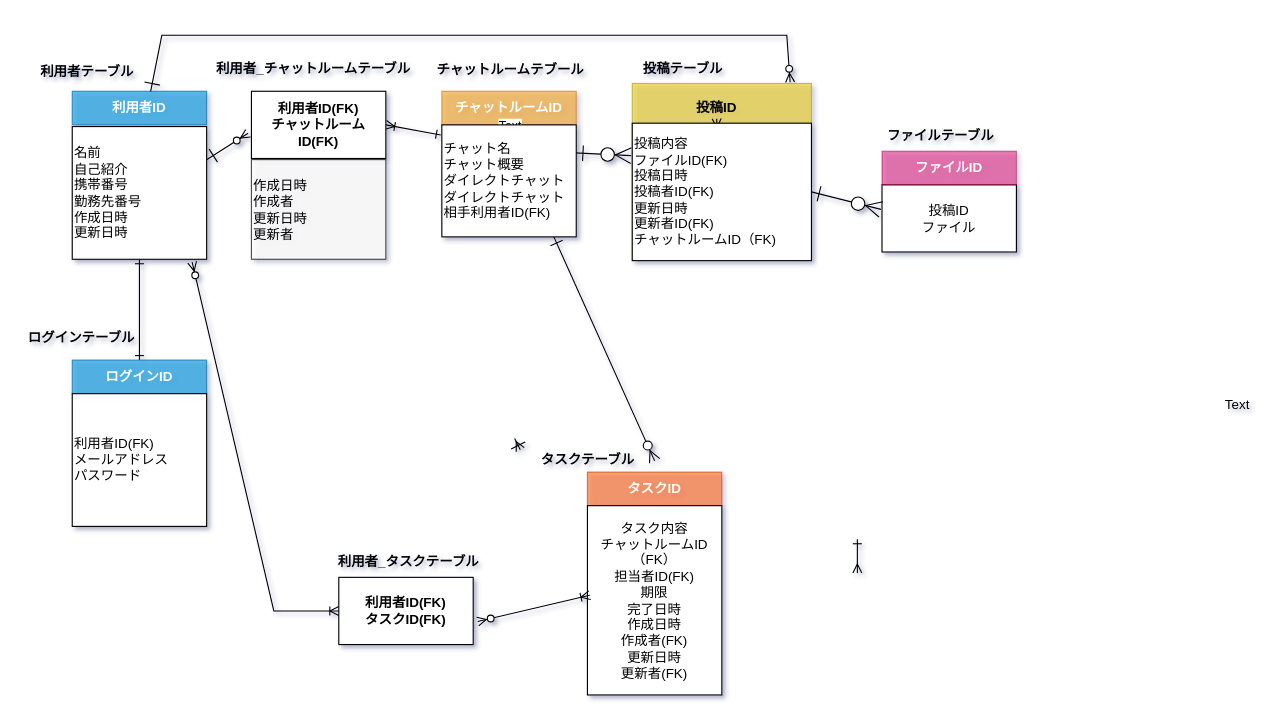
Before: db/db-challenge1/db-challenge1.drawio in Yuina1012/quelcode-db, a draw.io diagram. Source tidied: cells renumbered, new cells numbered last; positions are measured from the earlier drawing's top-left corner, leaving out a move shared by most shapes. Both pictures are drawn from the tidied source at 112%, with x=0, y=0 at pixel (19, 35).
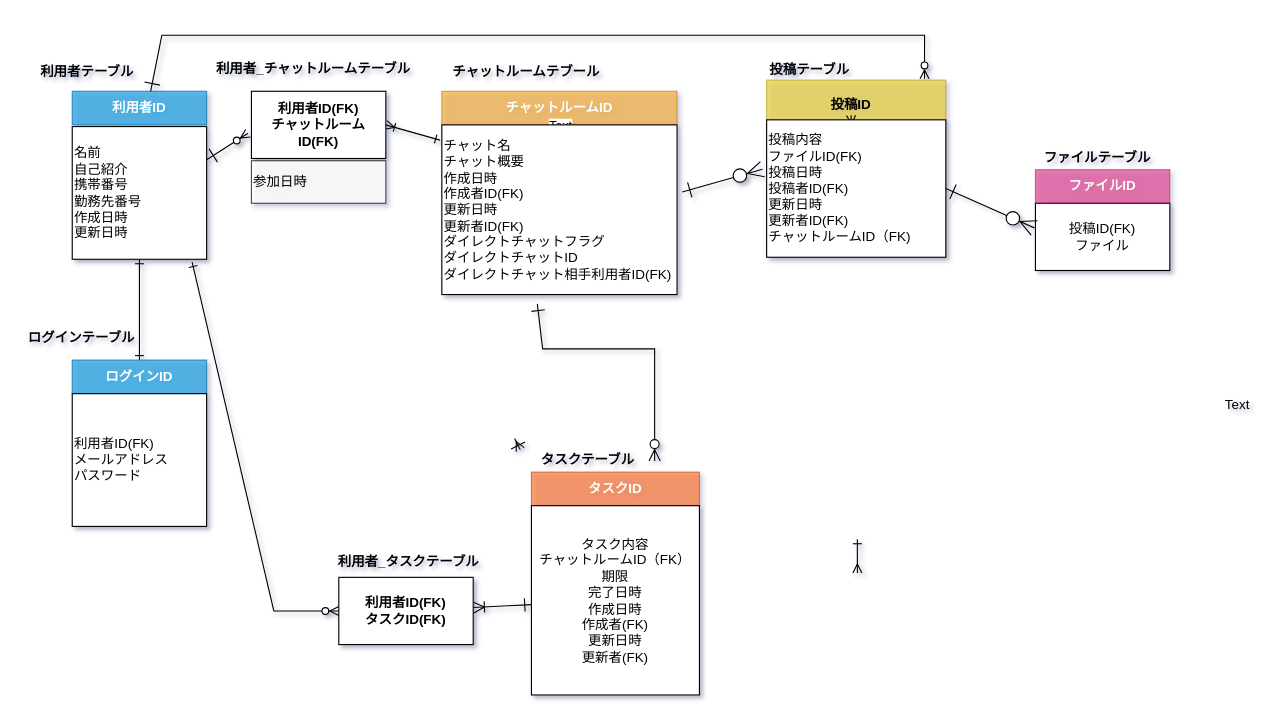
Above is the later version.

Commit message:
フラグ追加、アトリビュート編集

Unchanged cells that the change refers to:
```xml
<mxCell id="5" value="名前&lt;br&gt;自己紹介&lt;br&gt;携帯番号&lt;br&gt;勤務先番号&lt;br&gt;作成日時&lt;br&gt;更新日時" style="rounded=0;whiteSpace=wrap;html=1;align=left;" parent="1" vertex="1">
  <mxGeometry x="47" y="81.5" width="120" height="118.5" as="geometry" />
</mxCell>
<mxCell id="21" value="投稿内容&lt;br&gt;ファイルID(FK)&lt;br&gt;投稿日時&lt;br&gt;投稿者ID(FK)&lt;br&gt;更新日時&lt;br&gt;更新者ID(FK)&lt;br&gt;チャットルームID（FK)" style="rounded=0;whiteSpace=wrap;html=1;align=left;" parent="18" vertex="1">
  <mxGeometry y="35.5" width="160" height="122.7" as="geometry" />
</mxCell>
<mxCell id="34" value="&lt;b&gt;利用者ID(FK)&lt;br&gt;タスクID(FK)&lt;br&gt;&lt;/b&gt;" style="rounded=0;whiteSpace=wrap;html=1;" parent="1" vertex="1">
  <mxGeometry x="285" y="484" width="120" height="60" as="geometry" />
</mxCell>
```

The edit, as a diff of the source:
```diff
@@
     <mxCell id="10" value="&lt;b&gt;チャットルームID&lt;/b&gt;" style="rounded=0;whiteSpace=wrap;html=1;fillColor=#f0a30a;strokeColor=#BD7000;fontColor=#ffffff;opacity=60;" parent="1" vertex="1">
-      <mxGeometry x="377" y="50" width="120" height="30" as="geometry" />
+      <mxGeometry x="377" y="50" width="210" height="30" as="geometry" />
     </mxCell>
@@
-    <mxCell id="13" style="edgeStyle=none;rounded=0;orthogonalLoop=1;jettySize=auto;html=1;exitX=1;exitY=0.25;exitDx=0;exitDy=0;startArrow=ERone;startFill=0;endArrow=ERzeroToMany;endFill=1;strokeWidth=1;endSize=12;startSize=12;" parent="1" edge="1">
-      <mxGeometry relative="1" as="geometry">
-        <mxPoint x="496" y="105" as="sourcePoint" />
-        <mxPoint x="546" y="107.5" as="targetPoint" />
-      </mxGeometry>
+    <mxCell id="13" style="edgeStyle=none;rounded=0;jettySize=auto;html=1;exitX=1.022;exitY=0.396;exitDx=0;exitDy=0;startArrow=ERone;startFill=0;endArrow=ERzeroToMany;endFill=1;strokeWidth=1;endSize=12;startSize=12;entryX=-0.023;entryY=0.359;entryDx=0;entryDy=0;entryPerimeter=0;exitPerimeter=0;" parent="1" edge="1" source="14" target="21">
+      <mxGeometry relative="1" as="geometry" />
     </mxCell>
-    <mxCell id="14" value="チャット名&lt;br&gt;&lt;div&gt;チャット概要&lt;/div&gt;&lt;div&gt;ダイレクトチャット&lt;/div&gt;&lt;div&gt;ダイレクトチャット相手利用者ID(FK)&lt;/div&gt;" style="rounded=0;whiteSpace=wrap;html=1;align=left;" parent="1" vertex="1">
-      <mxGeometry x="377" y="80" width="120" height="100" as="geometry" />
+    <mxCell id="14" value="チャット名&lt;br&gt;&lt;div&gt;チャット概要&lt;/div&gt;&lt;div&gt;作成日時&lt;br&gt;作成者ID(FK)&lt;br&gt;更新日時&lt;br&gt;更新者ID(FK)&lt;br&gt;&lt;/div&gt;&lt;div&gt;ダイレクトチャットフラグ&lt;/div&gt;&lt;div&gt;ダイレクトチャットID&lt;/div&gt;&lt;div&gt;ダイレクトチャット相手利用者ID(FK)&lt;/div&gt;" style="rounded=0;whiteSpace=wrap;html=1;align=left;" parent="1" vertex="1">
+      <mxGeometry x="377" y="80" width="210" height="151.5" as="geometry" />
     </mxCell>
-    <mxCell id="15" value="投稿ID&lt;br&gt;ファイル" style="rounded=0;whiteSpace=wrap;html=1;" parent="1" vertex="1">
-      <mxGeometry x="770" y="133.5" width="120" height="60" as="geometry" />
+    <mxCell id="15" value="投稿ID(FK)&lt;br&gt;ファイル" style="rounded=0;whiteSpace=wrap;html=1;" parent="1" vertex="1">
+      <mxGeometry x="907" y="150" width="120" height="60" as="geometry" />
     </mxCell>
     <mxCell id="16" value="&lt;b&gt;ファイルID&lt;/b&gt;" style="rounded=0;whiteSpace=wrap;html=1;fillColor=#d80073;strokeColor=#A50040;fontColor=#ffffff;opacity=50;" parent="1" vertex="1">
-      <mxGeometry x="770" y="103.5" width="120" height="30" as="geometry" />
+      <mxGeometry x="907" y="120" width="120" height="30" as="geometry" />
     </mxCell>
@@
     <mxCell id="18" style="rounded=0;whiteSpace=wrap;html=1;fillColor=#e3c800;strokeColor=#B09500;fontColor=#ffffff;opacity=60;" parent="1" vertex="1">
-      <mxGeometry x="547" y="43" width="160" height="157" as="geometry" />
+      <mxGeometry x="667" y="40" width="160" height="157" as="geometry" />
     </mxCell>
@@
     <mxCell id="27" value="タスクID" style="rounded=0;whiteSpace=wrap;html=1;fontStyle=1;fillColor=#fa6800;strokeColor=#C73500;fontColor=#ffffff;opacity=60;" parent="1" vertex="1">
-      <mxGeometry x="507" y="390" width="120" height="30" as="geometry" />
+      <mxGeometry x="457" y="390" width="150" height="30" as="geometry" />
     </mxCell>
-    <mxCell id="28" style="edgeStyle=none;rounded=0;jettySize=auto;html=1;startArrow=ERoneToMany;startFill=0;endArrow=ERzeroToMany;endFill=1;strokeWidth=1;entryX=0.892;entryY=1.022;entryDx=0;entryDy=0;entryPerimeter=0;" parent="1" edge="1" source="34" target="5">
+    <mxCell id="28" style="edgeStyle=none;rounded=0;jettySize=auto;html=1;startArrow=ERzeroToMany;startFill=1;endArrow=ERone;endFill=0;strokeWidth=1;entryX=0.892;entryY=1.022;entryDx=0;entryDy=0;entryPerimeter=0;" parent="1" edge="1" source="34" target="5">
       <mxGeometry relative="1" as="geometry">
         <Array as="points">
           <mxPoint x="227" y="514" />
         </Array>
       </mxGeometry>
     </mxCell>
+    <mxCell id="35" style="edgeStyle=none;rounded=0;jettySize=auto;html=1;startArrow=ERone;startFill=0;startSize=10;endArrow=ERoneToMany;endFill=0;endSize=8;" parent="1" edge="1" source="29" target="34">
+      <mxGeometry relative="1" as="geometry" />
+    </mxCell>
-    <mxCell id="29" value="タスク内容&lt;br&gt;チャットルームID（FK）&lt;br&gt;担当者ID(FK)&lt;br&gt;期限&lt;br&gt;完了日時&lt;br&gt;作成日時&lt;br&gt;作成者(FK)&lt;br&gt;更新日時&lt;br&gt;更新者(FK)" style="rounded=0;whiteSpace=wrap;html=1;" parent="1" vertex="1">
-      <mxGeometry x="507" y="420" width="120" height="169" as="geometry" />
+    <mxCell id="29" value="タスク内容&lt;br&gt;チャットルームID（FK）&lt;br&gt;期限&lt;br&gt;完了日時&lt;br&gt;作成日時&lt;br&gt;作成者(FK)&lt;br&gt;更新日時&lt;br&gt;更新者(FK)" style="rounded=0;whiteSpace=wrap;html=1;" parent="1" vertex="1">
+      <mxGeometry x="457" y="420" width="150" height="169" as="geometry" />
     </mxCell>
-    <mxCell id="30" style="edgeStyle=none;rounded=0;jettySize=auto;html=1;startArrow=ERone;startFill=0;endArrow=ERzeroToMany;endFill=1;strokeWidth=1;endSize=8;startSize=10;" parent="1" edge="1" source="14">
+    <mxCell id="30" style="edgeStyle=none;rounded=0;jettySize=auto;html=1;startArrow=ERone;startFill=0;endArrow=ERzeroToMany;endFill=1;strokeWidth=1;endSize=8;startSize=10;exitX=0.406;exitY=1.055;exitDx=0;exitDy=0;exitPerimeter=0;" parent="1" edge="1" source="14">
       <mxGeometry relative="1" as="geometry">
         <mxPoint x="567" y="380" as="targetPoint" />
         <Array as="points">
-          <mxPoint x="477" y="180" />
+          <mxPoint x="467" y="280" />
+          <mxPoint x="567" y="280" />
           <mxPoint x="567" y="380" />
         </Array>
       </mxGeometry>
     </mxCell>
     <mxCell id="31" style="rounded=0;jettySize=auto;html=1;startArrow=ERone;startFill=0;endArrow=ERzeroToMany;endFill=1;strokeWidth=1;startSize=12;entryX=0.881;entryY=-0.007;entryDx=0;entryDy=0;entryPerimeter=0;" parent="1" edge="1" target="18">
       <mxGeometry relative="1" as="geometry">
         <mxPoint x="117" y="50" as="sourcePoint" />
         <Array as="points">
           <mxPoint x="127" />
-          <mxPoint x="685" />
+          <mxPoint x="808" />
         </Array>
       </mxGeometry>
     </mxCell>
-    <mxCell id="32" value="作成日時&lt;br&gt;作成者&lt;br&gt;更新日時&lt;br&gt;更新者&lt;br&gt;" style="rounded=0;whiteSpace=wrap;html=1;opacity=70;align=left;" parent="1" vertex="1">
-      <mxGeometry x="207" y="111" width="120" height="89" as="geometry" />
+    <mxCell id="32" value="参加日時" style="rounded=0;whiteSpace=wrap;html=1;opacity=70;align=left;" parent="1" vertex="1">
+      <mxGeometry x="207" y="112" width="120" height="38" as="geometry" />
     </mxCell>
@@
+    <mxCell id="47" style="edgeStyle=none;rounded=0;jettySize=auto;html=1;startArrow=ERone;startFill=0;startSize=10;endArrow=ERzeroToMany;endFill=1;endSize=8;" parent="1" edge="1" source="34">
+      <mxGeometry relative="1" as="geometry">
+        <mxPoint x="345.5" y="544" as="targetPoint" />
+      </mxGeometry>
+    </mxCell>
@@
-    <mxCell id="35" style="edgeStyle=none;rounded=0;jettySize=auto;html=1;startArrow=ERoneToMany;startFill=0;endArrow=ERzeroToMany;endFill=1;strokeWidth=1;exitX=0.017;exitY=0.473;exitDx=0;exitDy=0;exitPerimeter=0;entryX=1.033;entryY=0.658;entryDx=0;entryDy=0;entryPerimeter=0;" parent="1" edge="1" source="29" target="34">
-      <mxGeometry relative="1" as="geometry" />
-    </mxCell>
@@
     <mxCell id="42" value="&lt;b&gt;チャットルームテブール&lt;/b&gt;" style="text;html=1;align=center;verticalAlign=middle;" parent="1" vertex="1">
-      <mxGeometry x="363" y="21" width="150" height="20" as="geometry" />
+      <mxGeometry x="377" y="23" width="150" height="20" as="geometry" />
     </mxCell>
     <mxCell id="43" value="投稿テーブル" style="text;html=1;align=center;verticalAlign=middle;fontStyle=1;" parent="1" vertex="1">
-      <mxGeometry x="547" y="20" width="90" height="20" as="geometry" />
+      <mxGeometry x="660" y="21" width="90" height="20" as="geometry" />
     </mxCell>
     <mxCell id="44" value="&lt;b&gt;ファイルテーブル&lt;/b&gt;" style="text;html=1;align=center;verticalAlign=middle;" parent="1" vertex="1">
-      <mxGeometry x="767" y="80" width="110" height="20" as="geometry" />
+      <mxGeometry x="907" y="100" width="110" height="20" as="geometry" />
     </mxCell>
```
